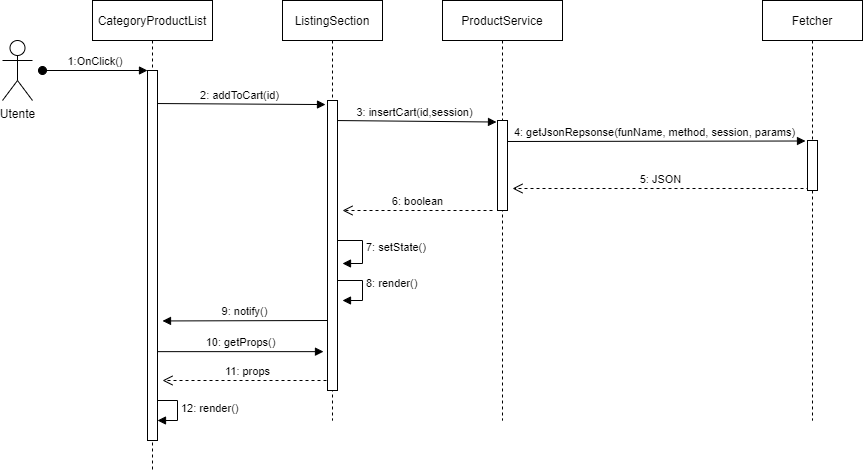
This is DocumentazioneEsterna/AllegatoTecnico/res/Architettura/Frontend/img/sequence_frontend_insertCart.png from Omicron-Team/Documentazione, a draw.io export, as it was before one commit. Source tidied: cells renumbered, new cells last; positions are measured from the earlier drawing's top-left corner, leaving out a move shared by most shapes.
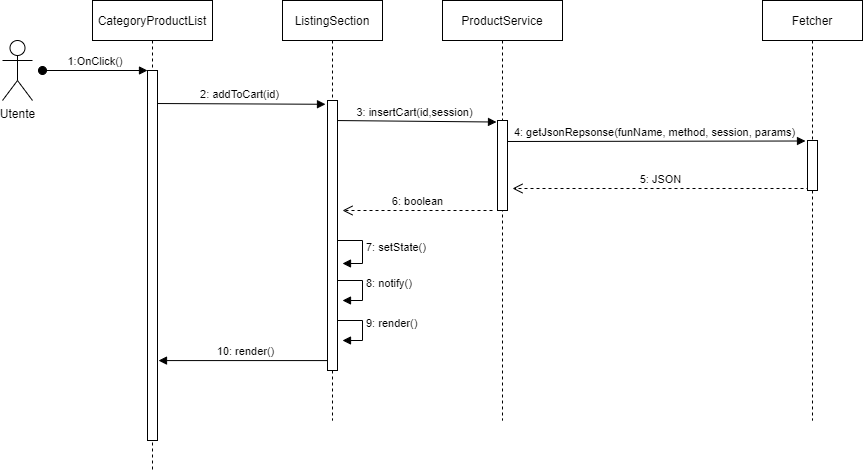
After the commit.

Commit message:
frontend finito

Change to the diagram source:
```diff
@@ -2,22 +2,19 @@
   <root>
     <mxCell id="0" />
     <mxCell id="1" parent="0" />
-    <mxCell id="2" value="11: props" style="html=1;verticalAlign=bottom;endArrow=open;dashed=1;endSize=8;" parent="1" edge="1">
-      <mxGeometry relative="1" as="geometry">
-        <mxPoint x="330" y="380" as="sourcePoint" />
-        <mxPoint x="160" y="380" as="targetPoint" />
-      </mxGeometry>
-    </mxCell>
-    <mxCell id="3" value="12: render()" style="edgeStyle=orthogonalEdgeStyle;html=1;align=left;spacingLeft=2;endArrow=block;rounded=0;" parent="1" edge="1">
-      <mxGeometry relative="1" as="geometry">
-        <mxPoint x="150" y="400" as="sourcePoint" />
-        <mxPoint x="155" y="420" as="targetPoint" />
-        <Array as="points">
-          <mxPoint x="175" y="400" />
-          <mxPoint x="175" y="420" />
-        </Array>
-      </mxGeometry>
-    </mxCell>
+    <mxCell id="23" value="10: render()" style="html=1;verticalAlign=bottom;endArrow=block;fontFamily=Helvetica;fontSize=11;entryX=1.1;entryY=0.784;entryDx=0;entryDy=0;entryPerimeter=0;" parent="1" edge="1" source="9" target="8">
+      <mxGeometry relative="1" as="geometry" />
+    </mxCell>
+    <mxCell id="24" value="8: notify()" style="edgeStyle=orthogonalEdgeStyle;html=1;align=left;spacingLeft=2;endArrow=block;rounded=0;" parent="1" edge="1">
+      <mxGeometry relative="1" as="geometry">
+        <mxPoint x="325" y="280" as="sourcePoint" />
+        <mxPoint x="340" y="300" as="targetPoint" />
+        <Array as="points">
+          <mxPoint x="360" y="280" />
+          <mxPoint x="360" y="300" />
+        </Array>
+      </mxGeometry>
+    </mxCell>
     <mxCell id="4" value="5: JSON" style="html=1;verticalAlign=bottom;endArrow=open;dashed=1;endSize=8;exitX=0.2;exitY=0.96;exitDx=0;exitDy=0;exitPerimeter=0;" parent="1" edge="1" source="18">
       <mxGeometry relative="1" as="geometry">
         <mxPoint x="510" y="188" as="targetPoint" />
@@ -42,13 +39,13 @@
     <mxCell id="9" value="ListingSection" style="shape=umlLifeline;perimeter=lifelinePerimeter;rounded=0;shadow=0;strokeWidth=1;" parent="1" vertex="1">
       <mxGeometry x="280" width="100" height="420" as="geometry" />
     </mxCell>
-    <mxCell id="10" value="8: render()" style="edgeStyle=orthogonalEdgeStyle;html=1;align=left;spacingLeft=2;endArrow=block;rounded=0;" parent="9" edge="1">
+    <mxCell id="10" value="9: render()" style="edgeStyle=orthogonalEdgeStyle;html=1;align=left;spacingLeft=2;endArrow=block;rounded=0;" parent="9" edge="1">
       <mxGeometry relative="1" as="geometry">
-        <mxPoint x="45" y="280" as="sourcePoint" />
-        <mxPoint x="60" y="300" as="targetPoint" />
+        <mxPoint x="45" y="320" as="sourcePoint" />
+        <mxPoint x="60" y="340" as="targetPoint" />
         <Array as="points">
-          <mxPoint x="80" y="280" />
-          <mxPoint x="80" y="300" />
+          <mxPoint x="80" y="320" />
+          <mxPoint x="80" y="340" />
         </Array>
       </mxGeometry>
     </mxCell>
@@ -68,7 +65,7 @@
       </mxGeometry>
     </mxCell>
     <mxCell id="13" style="points=[];perimeter=orthogonalPerimeter;rounded=0;shadow=0;strokeWidth=1;" parent="9" vertex="1">
-      <mxGeometry x="45" y="100" width="10" height="290" as="geometry" />
+      <mxGeometry x="45" y="100" width="10" height="270" as="geometry" />
     </mxCell>
     <mxCell id="14" value="ProductService" style="shape=umlLifeline;perimeter=lifelinePerimeter;rounded=0;shadow=0;strokeWidth=1;" parent="1" vertex="1">
       <mxGeometry x="440" width="120" height="420" as="geometry" />
@@ -96,14 +93,5 @@
         <mxPoint x="340" y="210" as="targetPoint" />
       </mxGeometry>
     </mxCell>
-    <mxCell id="21" value="9: notify()" style="html=1;verticalAlign=bottom;endArrow=block;exitX=0;exitY=0.995;exitDx=0;exitDy=0;exitPerimeter=0;" parent="1" edge="1">
-      <mxGeometry relative="1" as="geometry">
-        <mxPoint x="325" y="320" as="sourcePoint" />
-        <mxPoint x="160" y="320.4" as="targetPoint" />
-      </mxGeometry>
-    </mxCell>
-    <mxCell id="22" value="10: getProps()" style="html=1;verticalAlign=bottom;endArrow=block;entryX=-0.4;entryY=0.866;entryDx=0;entryDy=0;entryPerimeter=0;" parent="1" edge="1" source="8" target="13">
-      <mxGeometry relative="1" as="geometry" />
-    </mxCell>
   </root>
 </mxGraphModel>
```
